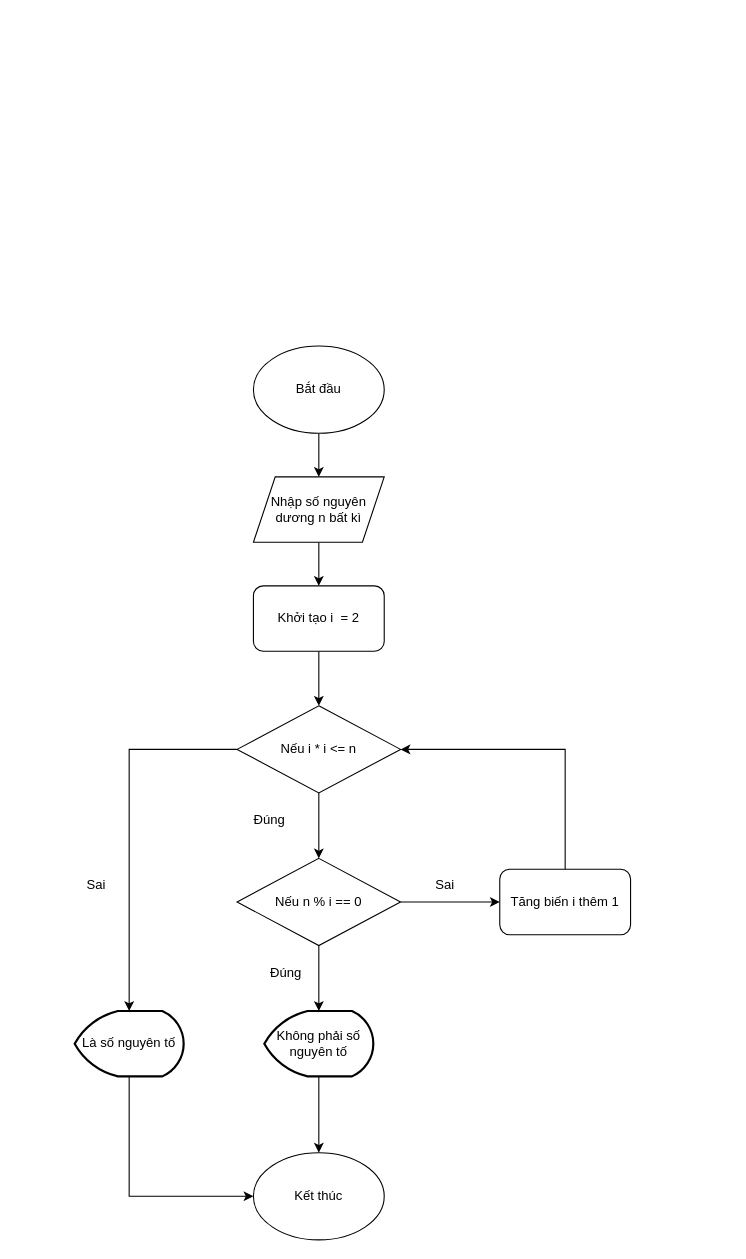
This is DiagramBTH5.drawio from Azunn0801/Rikkei_C, a draw.io file, before an edit. Source tidied: cells renumbered, new cells numbered last; positions are measured from the earlier drawing's top-left corner, leaving out a move shared by most shapes. Both pictures are drawn from the tidied source at 109%, with x=0, y=0 at pixel (63, 346).
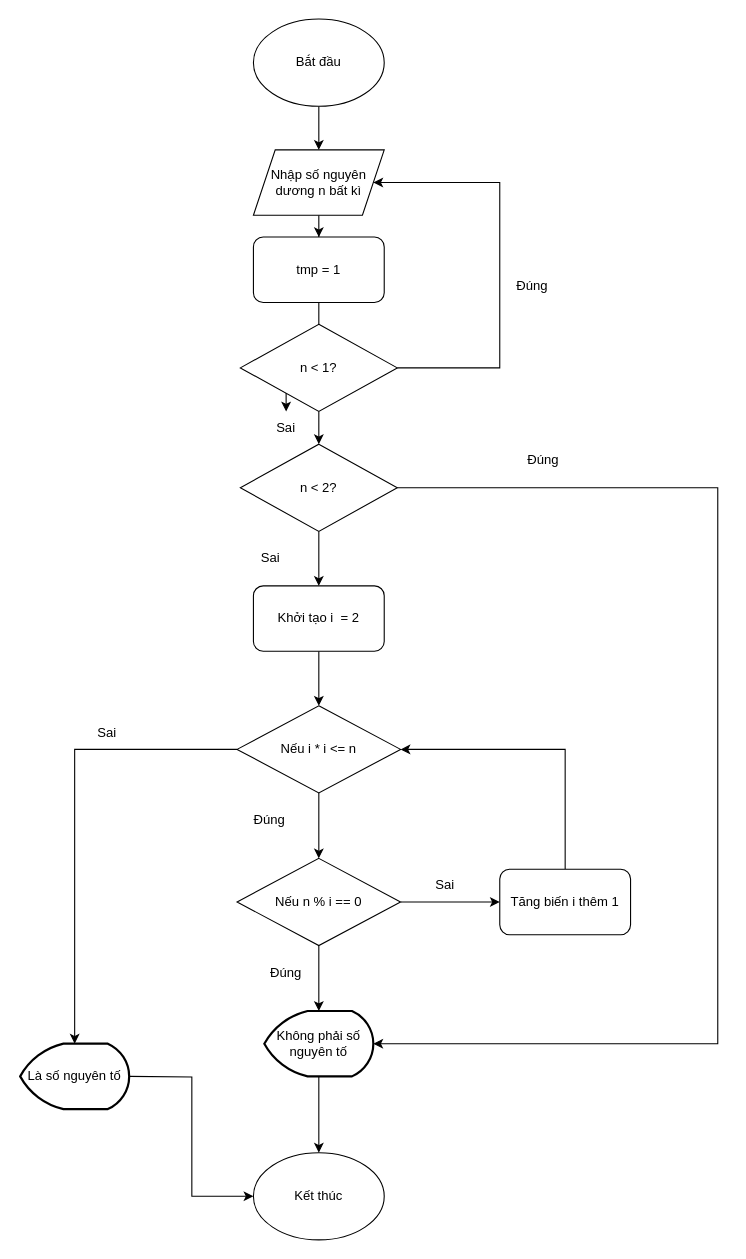
The same page after the edit.

Unchanged cells that the change refers to:
```xml
<mxCell id="4" value="Kết thúc" style="ellipse;whiteSpace=wrap;html=1;" parent="1" vertex="1">
  <mxGeometry x="174" y="740" width="120" height="80" as="geometry" />
</mxCell>
<mxCell id="8" value="Khởi tạo i&amp;nbsp; = 2" style="rounded=1;whiteSpace=wrap;html=1;" parent="1" vertex="1">
  <mxGeometry x="174" y="220" width="120" height="60" as="geometry" />
</mxCell>
<mxCell id="10" value="Nếu i * i &amp;lt;= n" style="rhombus;whiteSpace=wrap;html=1;" parent="1" vertex="1">
  <mxGeometry x="159" y="330" width="150" height="80" as="geometry" />
</mxCell>
<mxCell id="16" value="Không phải số nguyên tố" style="strokeWidth=2;html=1;shape=mxgraph.flowchart.display;whiteSpace=wrap;" parent="1" vertex="1">
  <mxGeometry x="184" y="610" width="100" height="60" as="geometry" />
</mxCell>
```

Diff of the diagram source:
```diff
@@
     <mxCell id="3" value="Bắt đầu" style="ellipse;whiteSpace=wrap;html=1;" parent="1" vertex="1">
-      <mxGeometry x="174" width="120" height="80" as="geometry" />
+      <mxGeometry x="174" y="-300" width="120" height="80" as="geometry" />
     </mxCell>
@@
-    <mxCell id="5" style="edgeStyle=orthogonalEdgeStyle;rounded=0;jettySize=auto;html=1;" parent="1" edge="1" source="6" target="8">
-      <mxGeometry relative="1" as="geometry" />
-    </mxCell>
+    <mxCell id="25" style="edgeStyle=orthogonalEdgeStyle;rounded=0;jettySize=auto;html=1;" parent="1" edge="1" source="6" target="27">
+      <mxGeometry relative="1" as="geometry" />
+    </mxCell>
     <mxCell id="6" value="Nhập số nguyên dương n bất kì" style="shape=parallelogram;perimeter=parallelogramPerimeter;whiteSpace=wrap;html=1;fixedSize=1;" parent="1" vertex="1">
-      <mxGeometry x="174" y="120" width="120" height="60" as="geometry" />
+      <mxGeometry x="174" y="-180" width="120" height="60" as="geometry" />
     </mxCell>
@@
-    <mxCell id="20" style="edgeStyle=orthogonalEdgeStyle;rounded=0;jettySize=auto;html=1;exitX=0.5;exitY=1;exitDx=0;exitDy=0;exitPerimeter=0;entryX=0;entryY=0.5;entryDx=0;entryDy=0;" parent="1" edge="1" source="21" target="4">
-      <mxGeometry relative="1" as="geometry" />
+    <mxCell id="20" style="edgeStyle=orthogonalEdgeStyle;rounded=0;jettySize=auto;html=1;exitX=0.5;exitY=1;exitDx=0;exitDy=0;exitPerimeter=0;entryX=0;entryY=0.5;entryDx=0;entryDy=0;" parent="1" edge="1" target="4">
+      <mxGeometry relative="1" as="geometry">
+        <mxPoint x="60" y="670" as="sourcePoint" />
+      </mxGeometry>
     </mxCell>
     <mxCell id="21" value="Là số nguyên tố" style="strokeWidth=2;html=1;shape=mxgraph.flowchart.display;whiteSpace=wrap;" parent="1" vertex="1">
-      <mxGeometry x="10" y="610" width="100" height="60" as="geometry" />
+      <mxGeometry x="-40" y="640" width="100" height="60" as="geometry" />
     </mxCell>
-    <mxCell id="22" style="edgeStyle=orthogonalEdgeStyle;rounded=0;jettySize=auto;html=1;exitX=0;exitY=0.5;exitDx=0;exitDy=0;entryX=0.5;entryY=0;entryDx=0;entryDy=0;entryPerimeter=0;" parent="1" edge="1" source="10" target="21">
-      <mxGeometry relative="1" as="geometry" />
+    <mxCell id="22" style="edgeStyle=orthogonalEdgeStyle;rounded=0;jettySize=auto;html=1;exitX=0;exitY=0.5;exitDx=0;exitDy=0;entryX=0.5;entryY=0;entryDx=0;entryDy=0;entryPerimeter=0;" parent="1" edge="1" source="10">
+      <mxGeometry relative="1" as="geometry">
+        <mxPoint x="10" y="640" as="targetPoint" />
+        <Array as="points">
+          <mxPoint x="10" y="370" />
+        </Array>
+      </mxGeometry>
     </mxCell>
     <mxCell id="23" value="Sai" style="text;html=1;align=center;verticalAlign=middle;whiteSpace=wrap;rounded=0;" parent="1" vertex="1">
-      <mxGeometry y="480" width="60" height="30" as="geometry" />
+      <mxGeometry x="10" y="340" width="60" height="30" as="geometry" />
     </mxCell>
@@
+    <mxCell id="26" style="edgeStyle=orthogonalEdgeStyle;rounded=0;jettySize=auto;html=1;" parent="1" edge="1" source="27" target="36">
+      <mxGeometry relative="1" as="geometry" />
+    </mxCell>
+    <mxCell id="27" value="tmp = 1" style="rounded=1;whiteSpace=wrap;html=1;" parent="1" vertex="1">
+      <mxGeometry x="174" y="-100" width="120" height="60" as="geometry" />
+    </mxCell>
+    <mxCell id="28" style="edgeStyle=orthogonalEdgeStyle;rounded=0;jettySize=auto;html=1;" parent="1" edge="1" source="29" target="8">
+      <mxGeometry relative="1" as="geometry" />
+    </mxCell>
+    <mxCell id="29" value="n &amp;lt; 2?" style="rhombus;whiteSpace=wrap;html=1;" parent="1" vertex="1">
+      <mxGeometry x="162" y="90" width="144" height="80" as="geometry" />
+    </mxCell>
+    <mxCell id="30" style="edgeStyle=orthogonalEdgeStyle;rounded=0;jettySize=auto;html=1;exitX=1;exitY=0.5;exitDx=0;exitDy=0;entryX=1;entryY=0.5;entryDx=0;entryDy=0;entryPerimeter=0;" parent="1" edge="1" source="29" target="16">
+      <mxGeometry relative="1" as="geometry">
+        <Array as="points">
+          <mxPoint x="600" y="130" />
+          <mxPoint x="600" y="640" />
+        </Array>
+      </mxGeometry>
+    </mxCell>
+    <mxCell id="31" value="Đúng" style="text;html=1;align=center;verticalAlign=middle;whiteSpace=wrap;rounded=0;" parent="1" vertex="1">
+      <mxGeometry x="410" y="90" width="60" height="30" as="geometry" />
+    </mxCell>
+    <mxCell id="32" value="Sai" style="text;html=1;align=center;verticalAlign=middle;whiteSpace=wrap;rounded=0;" parent="1" vertex="1">
+      <mxGeometry x="160" y="180" width="60" height="30" as="geometry" />
+    </mxCell>
+    <mxCell id="33" style="edgeStyle=orthogonalEdgeStyle;rounded=0;jettySize=auto;html=1;" parent="1" edge="1" source="35" target="29">
+      <mxGeometry relative="1" as="geometry" />
+    </mxCell>
+    <mxCell id="34" style="edgeStyle=orthogonalEdgeStyle;rounded=0;jettySize=auto;html=1;exitX=1;exitY=0.5;exitDx=0;exitDy=0;entryX=1;entryY=0.5;entryDx=0;entryDy=0;" parent="1" edge="1" source="35" target="6">
+      <mxGeometry relative="1" as="geometry">
+        <Array as="points">
+          <mxPoint x="400" y="20" />
+          <mxPoint x="400" y="-150" />
+        </Array>
+      </mxGeometry>
+    </mxCell>
+    <mxCell id="35" value="n &amp;lt; 1?" style="rhombus;whiteSpace=wrap;html=1;" parent="1" vertex="1">
+      <mxGeometry x="162" y="-20" width="144" height="80" as="geometry" />
+    </mxCell>
+    <mxCell id="36" value="Sai" style="text;html=1;align=center;verticalAlign=middle;whiteSpace=wrap;rounded=0;" parent="1" vertex="1">
+      <mxGeometry x="174" y="60" width="60" height="30" as="geometry" />
+    </mxCell>
+    <mxCell id="37" value="Đúng" style="text;html=1;align=center;verticalAlign=middle;whiteSpace=wrap;rounded=0;" parent="1" vertex="1">
+      <mxGeometry x="400" y="-70" width="60" height="30" as="geometry" />
+    </mxCell>
```
